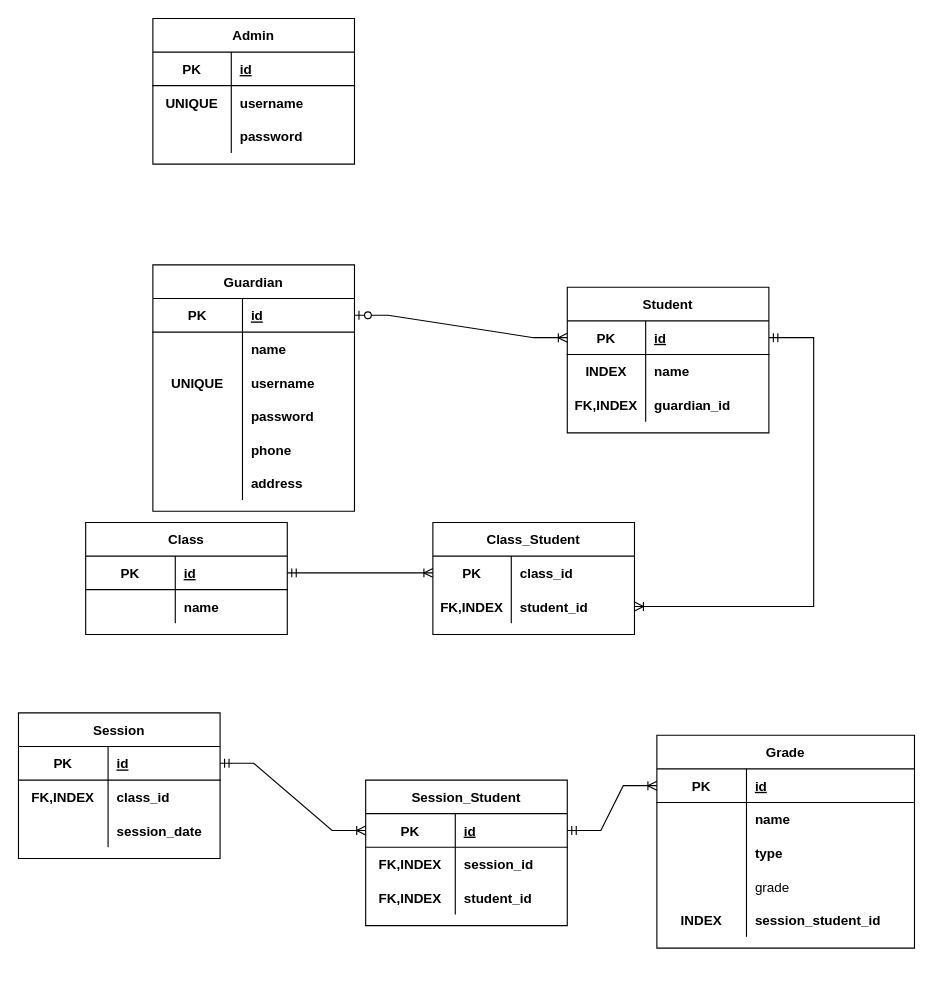
Earlier version of the draw.io diagram Database.drawio (abdullahahmeda/dar-waratel). Source tidied: cells renumbered, new cells numbered last; positions are measured from the earlier drawing's top-left corner, leaving out a move shared by most shapes. Both pictures are drawn from the tidied source at 112%, with x=0, y=0 at pixel (18, 18).
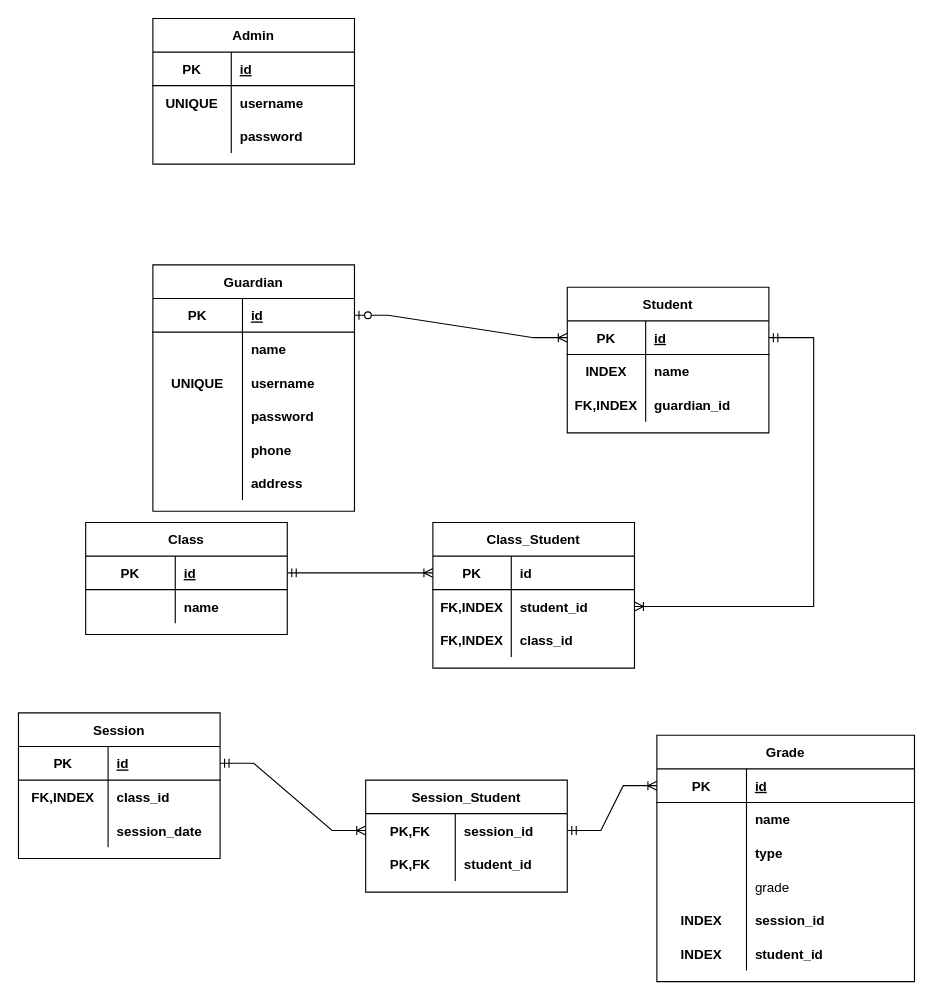
After the change.

Unchanged cells that the change refers to:
```xml
<mxCell id="43" style="shape=partialRectangle;fillColor=none;top=0;left=0;bottom=1;right=0;points=[[0,0.5],[1,0.5]];portConstraint=eastwest;" parent="42" vertex="1">
  <mxGeometry y="30" width="180" height="30" as="geometry" />
</mxCell>
<mxCell id="63" style="shape=partialRectangle;fillColor=none;top=0;left=0;bottom=1;right=0;points=[[0,0.5],[1,0.5]];portConstraint=eastwest;" parent="62" vertex="1">
  <mxGeometry y="30" width="230" height="30" as="geometry" />
</mxCell>
<mxCell id="75" style="shape=partialRectangle;fillColor=none;top=0;left=0;bottom=0;right=0;" parent="62" vertex="1">
  <mxGeometry y="150" width="230" height="30" as="geometry" />
</mxCell>
```

Change to the diagram source:
```diff
@@
     <mxCell id="52" value="Session_Student" style="shape=table;startSize=30;childLayout=tableLayout;rowLines=0;fontStyle=1;align=center;" parent="1" vertex="1">
-      <mxGeometry x="310" y="680" width="180" height="130" as="geometry" />
+      <mxGeometry x="310" y="680" width="180" height="100" as="geometry" />
     </mxCell>
-    <mxCell id="53" style="shape=partialRectangle;fillColor=none;top=0;left=0;bottom=1;right=0;points=[[0,0.5],[1,0.5]];portConstraint=eastwest;" parent="52" vertex="1">
-      <mxGeometry y="30" width="180" height="30" as="geometry" />
-    </mxCell>
-    <mxCell id="54" value="PK" style="shape=partialRectangle;fillColor=none;top=0;left=0;bottom=0;right=0;fontStyle=1;overflow=hidden;" parent="53" vertex="1">
-      <mxGeometry width="80" height="30" as="geometry" />
-    </mxCell>
-    <mxCell id="55" value="id" style="shape=partialRectangle;fillColor=none;top=0;left=0;bottom=0;right=0;align=left;spacingLeft=6;fontStyle=5;overflow=hidden;" parent="53" vertex="1">
-      <mxGeometry x="80" width="100" height="30" as="geometry" />
-    </mxCell>
     <mxCell id="56" style="shape=partialRectangle;fillColor=none;top=0;left=0;bottom=0;right=0;" parent="52" vertex="1">
-      <mxGeometry y="60" width="180" height="30" as="geometry" />
+      <mxGeometry y="30" width="180" height="30" as="geometry" />
     </mxCell>
-    <mxCell id="57" value="FK,INDEX" style="shape=partialRectangle;fillColor=none;top=0;left=0;bottom=0;right=0;overflow=hidden;fontStyle=1;" parent="56" vertex="1">
+    <mxCell id="57" value="PK,FK" style="shape=partialRectangle;fillColor=none;top=0;left=0;bottom=0;right=0;overflow=hidden;fontStyle=1;" parent="56" vertex="1">
       <mxGeometry width="80" height="30" as="geometry" />
     </mxCell>
@@
     <mxCell id="59" style="shape=partialRectangle;fillColor=none;top=0;left=0;bottom=0;right=0;" parent="52" vertex="1">
-      <mxGeometry y="90" width="180" height="30" as="geometry" />
+      <mxGeometry y="60" width="180" height="30" as="geometry" />
     </mxCell>
-    <mxCell id="60" value="FK,INDEX" style="shape=partialRectangle;fillColor=none;top=0;left=0;bottom=0;right=0;overflow=hidden;fontStyle=1;" parent="59" vertex="1">
+    <mxCell id="60" value="PK,FK" style="shape=partialRectangle;fillColor=none;top=0;left=0;bottom=0;right=0;overflow=hidden;fontStyle=1;" parent="59" vertex="1">
       <mxGeometry width="80" height="30" as="geometry" />
     </mxCell>
@@
     <mxCell id="62" value="Grade" style="shape=table;startSize=30;childLayout=tableLayout;rowLines=0;fontStyle=1;align=center;" parent="1" vertex="1">
-      <mxGeometry x="570" y="640" width="230" height="190" as="geometry" />
+      <mxGeometry x="570" y="640" width="230" height="220" as="geometry" />
     </mxCell>
@@
-    <mxCell id="77" value="session_student_id" style="shape=partialRectangle;fillColor=none;top=0;left=0;bottom=0;right=0;align=left;spacingLeft=6;overflow=hidden;fontStyle=1;" parent="75" vertex="1">
+    <mxCell id="77" value="session_id" style="shape=partialRectangle;fillColor=none;top=0;left=0;bottom=0;right=0;align=left;spacingLeft=6;overflow=hidden;fontStyle=1;" parent="75" vertex="1">
       <mxGeometry x="80" width="150" height="30" as="geometry" />
     </mxCell>
+    <mxCell id="96" style="shape=partialRectangle;fillColor=none;top=0;left=0;bottom=0;right=0;" parent="62" vertex="1">
+      <mxGeometry y="180" width="230" height="30" as="geometry" />
+    </mxCell>
+    <mxCell id="97" value="INDEX" style="shape=partialRectangle;fillColor=none;top=0;left=0;bottom=0;right=0;overflow=hidden;fontStyle=1;" parent="96" vertex="1">
+      <mxGeometry width="80" height="30" as="geometry" />
+    </mxCell>
+    <mxCell id="98" value="student_id" style="shape=partialRectangle;fillColor=none;top=0;left=0;bottom=0;right=0;align=left;spacingLeft=6;overflow=hidden;fontStyle=1;" parent="96" vertex="1">
+      <mxGeometry x="80" width="150" height="30" as="geometry" />
+    </mxCell>
-    <mxCell id="78" style="edgeStyle=entityRelationEdgeStyle;fontSize=12;html=1;endArrow=ERoneToMany;startArrow=ERmandOne;rounded=0;entryX=0;entryY=0.5;entryDx=0;entryDy=0;exitX=1;exitY=0.5;exitDx=0;exitDy=0;" parent="1" edge="1" source="53" target="63">
-      <mxGeometry relative="1" as="geometry" />
+    <mxCell id="78" style="edgeStyle=entityRelationEdgeStyle;fontSize=12;html=1;endArrow=ERoneToMany;startArrow=ERmandOne;rounded=0;entryX=0;entryY=0.5;entryDx=0;entryDy=0;exitX=1;exitY=0.5;exitDx=0;exitDy=0;" parent="1" edge="1" target="63">
+      <mxGeometry relative="1" as="geometry">
+        <mxPoint x="490" y="725" as="sourcePoint" />
+      </mxGeometry>
     </mxCell>
-    <mxCell id="79" style="edgeStyle=entityRelationEdgeStyle;fontSize=12;html=1;endArrow=ERoneToMany;startArrow=ERmandOne;rounded=0;entryX=0;entryY=0.5;entryDx=0;entryDy=0;exitX=1;exitY=0.5;exitDx=0;exitDy=0;" parent="1" edge="1" source="43" target="53">
-      <mxGeometry relative="1" as="geometry" />
+    <mxCell id="79" style="edgeStyle=entityRelationEdgeStyle;fontSize=12;html=1;endArrow=ERoneToMany;startArrow=ERmandOne;rounded=0;entryX=0;entryY=0.5;entryDx=0;entryDy=0;exitX=1;exitY=0.5;exitDx=0;exitDy=0;" parent="1" edge="1" source="43">
+      <mxGeometry relative="1" as="geometry">
+        <mxPoint x="310" y="725" as="targetPoint" />
+      </mxGeometry>
     </mxCell>
@@
     <mxCell id="87" value="Class_Student" style="shape=table;startSize=30;childLayout=tableLayout;rowLines=0;fontStyle=1;align=center;" parent="1" vertex="1">
-      <mxGeometry x="370" y="450" width="180" height="100" as="geometry" />
+      <mxGeometry x="370" y="450" width="180" height="130" as="geometry" />
     </mxCell>
-    <mxCell id="88" style="shape=partialRectangle;fillColor=none;top=0;left=0;bottom=0;right=0;points=[[0,0.5],[1,0.5]];portConstraint=eastwest;" parent="87" vertex="1">
+    <mxCell id="88" style="shape=partialRectangle;fillColor=none;top=0;left=0;bottom=1;right=0;points=[[0,0.5],[1,0.5]];portConstraint=eastwest;strokeWidth=1;" parent="87" vertex="1">
       <mxGeometry y="30" width="180" height="30" as="geometry" />
     </mxCell>
@@
-    <mxCell id="90" value="class_id" style="shape=partialRectangle;fillColor=none;top=0;left=0;bottom=0;right=0;align=left;spacingLeft=6;overflow=hidden;fontStyle=1;" parent="88" vertex="1">
+    <mxCell id="90" value="id" style="shape=partialRectangle;fillColor=none;top=0;left=0;bottom=0;right=0;align=left;spacingLeft=6;overflow=hidden;fontStyle=1;" parent="88" vertex="1">
       <mxGeometry x="70" width="110" height="30" as="geometry" />
     </mxCell>
@@
+    <mxCell id="99" style="shape=partialRectangle;fillColor=none;top=0;left=0;bottom=0;right=0;" parent="87" vertex="1">
+      <mxGeometry y="90" width="180" height="30" as="geometry" />
+    </mxCell>
+    <mxCell id="100" value="FK,INDEX" style="shape=partialRectangle;fillColor=none;top=0;left=0;bottom=0;right=0;overflow=hidden;fontStyle=1;" parent="99" vertex="1">
+      <mxGeometry width="70" height="30" as="geometry" />
+    </mxCell>
+    <mxCell id="101" value="class_id" style="shape=partialRectangle;fillColor=none;top=0;left=0;bottom=0;right=0;align=left;spacingLeft=6;overflow=hidden;fontStyle=1;" parent="99" vertex="1">
+      <mxGeometry x="70" width="110" height="30" as="geometry" />
+    </mxCell>
```
